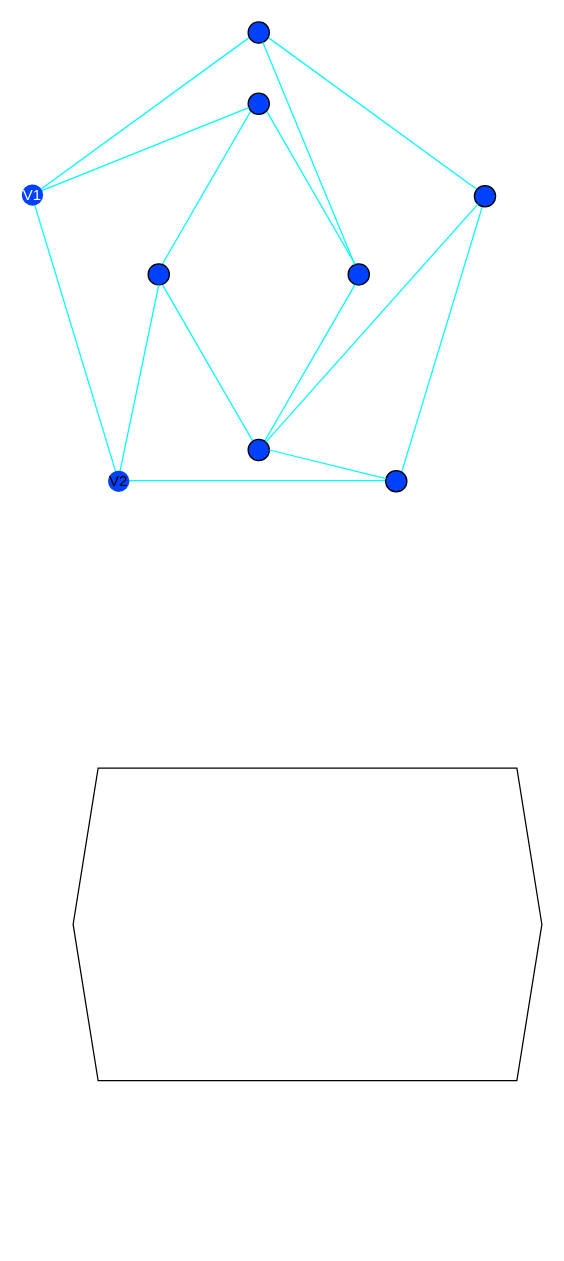
Above: Untitled Diagram.drawio in ilman79/TugasGraff (draw.io), before the change. Source tidied: cells renumbered, new cells numbered last; positions are measured from the earlier drawing's top-left corner, leaving out a move shared by most shapes. Both pictures are drawn from the tidied source at 125%, with x=0, y=0 at pixel (21, 21).
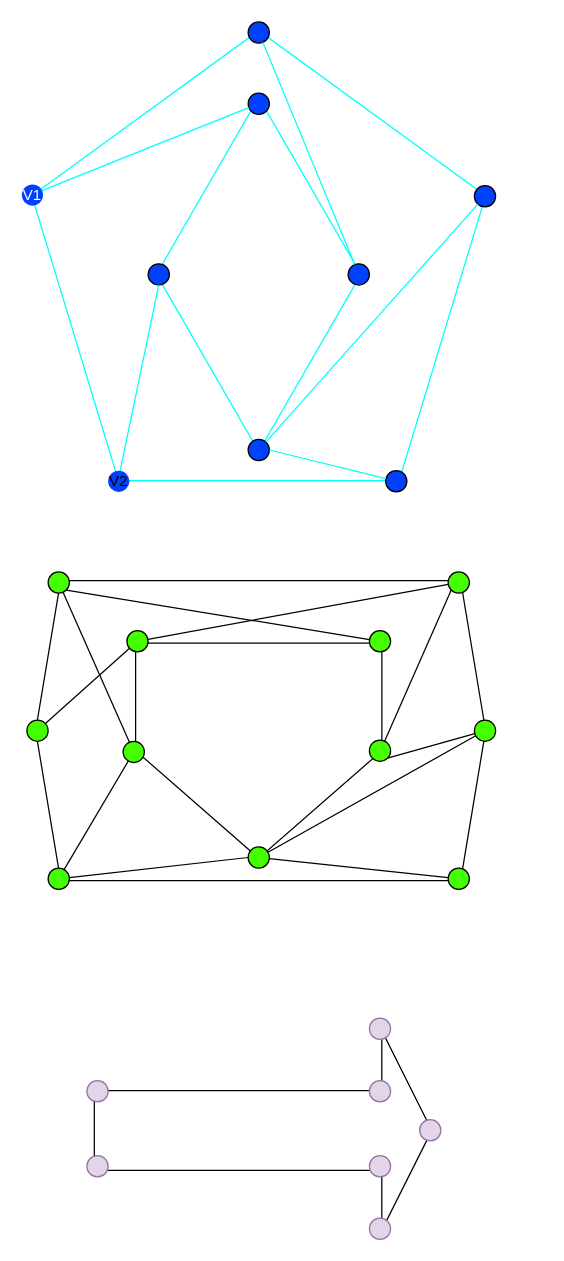
Above is the later version.

What changed in the source:
```diff
@@
     <mxCell id="3" style="shape=hexagon;perimeter=hexagonPerimeter2;whiteSpace=wrap;html=1;fixedSize=1;" parent="1" vertex="1">
-      <mxGeometry x="41" y="597" width="375" height="250" as="geometry" />
+      <mxGeometry x="11" y="447" width="360" height="240" as="geometry" />
     </mxCell>
@@
+    <mxCell id="19" style="verticalLabelPosition=bottom;verticalAlign=top;html=1;shape=offPageConnector;rounded=0;size=0.5;" parent="1" vertex="1">
+      <mxGeometry x="91" y="497" width="197" height="172.1" as="geometry" />
+    </mxCell>
+    <mxCell id="20" style="ellipse;whiteSpace=wrap;html=1;fillColor=#44ff00;" parent="1" vertex="1">
+      <mxGeometry x="21" y="440" width="17" height="17" as="geometry" />
+    </mxCell>
+    <mxCell id="21" style="ellipse;whiteSpace=wrap;html=1;fillColor=#44ff00;" parent="1" vertex="1">
+      <mxGeometry x="4" y="558.5" width="17" height="17" as="geometry" />
+    </mxCell>
+    <mxCell id="22" style="ellipse;whiteSpace=wrap;html=1;fillColor=#44ff00;" parent="1" vertex="1">
+      <mxGeometry x="21" y="677" width="17" height="17" as="geometry" />
+    </mxCell>
+    <mxCell id="23" style="ellipse;whiteSpace=wrap;html=1;fillColor=#44ff00;" parent="1" vertex="1">
+      <mxGeometry x="341" y="440" width="17" height="17" as="geometry" />
+    </mxCell>
+    <mxCell id="24" style="ellipse;whiteSpace=wrap;html=1;fillColor=#44ff00;" parent="1" vertex="1">
+      <mxGeometry x="341" y="677" width="17" height="17" as="geometry" />
+    </mxCell>
+    <mxCell id="25" style="ellipse;whiteSpace=wrap;html=1;fillColor=#44ff00;" parent="1" vertex="1">
+      <mxGeometry x="362" y="558.5" width="17" height="17" as="geometry" />
+    </mxCell>
+    <mxCell id="26" style="ellipse;whiteSpace=wrap;html=1;fillColor=#44ff00;" parent="1" vertex="1">
+      <mxGeometry x="84" y="487" width="17" height="17" as="geometry" />
+    </mxCell>
+    <mxCell id="27" style="ellipse;whiteSpace=wrap;html=1;fillColor=#44ff00;" parent="1" vertex="1">
+      <mxGeometry x="81" y="575.5" width="17" height="17" as="geometry" />
+    </mxCell>
+    <mxCell id="28" style="ellipse;whiteSpace=wrap;html=1;fillColor=#44ff00;" parent="1" vertex="1">
+      <mxGeometry x="181" y="660" width="17" height="17" as="geometry" />
+    </mxCell>
+    <mxCell id="29" style="ellipse;whiteSpace=wrap;html=1;fillColor=#44ff00;" parent="1" vertex="1">
+      <mxGeometry x="278" y="487" width="17" height="17" as="geometry" />
+    </mxCell>
+    <mxCell id="30" style="ellipse;whiteSpace=wrap;html=1;fillColor=#44ff00;" parent="1" vertex="1">
+      <mxGeometry x="278" y="574.5" width="17" height="17" as="geometry" />
+    </mxCell>
+    <mxCell id="31" style="endArrow=none;html=1;rounded=0;" parent="1" edge="1" source="20" target="27">
+      <mxGeometry relative="1" as="geometry" />
+    </mxCell>
+    <mxCell id="32" style="endArrow=none;html=1;rounded=0;" parent="1" edge="1" source="21" target="26">
+      <mxGeometry relative="1" as="geometry" />
+    </mxCell>
+    <mxCell id="33" style="endArrow=none;html=1;rounded=0;entryX=0;entryY=0.5;entryDx=0;entryDy=0;" parent="1" edge="1" source="22" target="28">
+      <mxGeometry relative="1" as="geometry" />
+    </mxCell>
+    <mxCell id="34" style="endArrow=none;html=1;rounded=0;" parent="1" edge="1" source="22" target="27">
+      <mxGeometry relative="1" as="geometry" />
+    </mxCell>
+    <mxCell id="35" style="endArrow=none;html=1;rounded=0;" parent="1" edge="1" source="28" target="24">
+      <mxGeometry relative="1" as="geometry" />
+    </mxCell>
+    <mxCell id="36" style="endArrow=none;html=1;rounded=0;" parent="1" edge="1" source="28" target="25">
+      <mxGeometry relative="1" as="geometry" />
+    </mxCell>
+    <mxCell id="37" style="endArrow=none;html=1;rounded=0;entryX=0;entryY=1;entryDx=0;entryDy=0;exitX=0.712;exitY=0.074;exitDx=0;exitDy=0;exitPerimeter=0;" parent="1" edge="1" source="30" target="23">
+      <mxGeometry relative="1" as="geometry" />
+    </mxCell>
+    <mxCell id="38" style="endArrow=none;html=1;rounded=0;exitX=1;exitY=1;exitDx=0;exitDy=0;" parent="1" edge="1" source="30" target="25">
+      <mxGeometry relative="1" as="geometry" />
+    </mxCell>
+    <mxCell id="39" style="endArrow=none;html=1;rounded=0;" parent="1" edge="1" source="26" target="23">
+      <mxGeometry relative="1" as="geometry" />
+    </mxCell>
+    <mxCell id="40" style="endArrow=none;html=1;rounded=0;exitX=1;exitY=1;exitDx=0;exitDy=0;" parent="1" edge="1" source="20" target="29">
+      <mxGeometry relative="1" as="geometry" />
+    </mxCell>
+    <mxCell id="41" style="html=1;shadow=0;dashed=0;align=center;verticalAlign=middle;shape=mxgraph.arrows2.arrow;dy=0.6;dx=40;direction=north;notch=0;rotation=90;" parent="1" vertex="1">
+      <mxGeometry x="113.2" y="751.8" width="159.5" height="270" as="geometry" />
+    </mxCell>
+    <mxCell id="42" style="ellipse;whiteSpace=wrap;html=1;fillColor=#e1d5e7;strokeColor=#9673a6;" parent="1" vertex="1">
+      <mxGeometry x="52" y="847" width="17" height="17" as="geometry" />
+    </mxCell>
+    <mxCell id="43" style="ellipse;whiteSpace=wrap;html=1;fillColor=#e1d5e7;strokeColor=#9673a6;" parent="1" vertex="1">
+      <mxGeometry x="278" y="957" width="17" height="17" as="geometry" />
+    </mxCell>
+    <mxCell id="44" style="ellipse;whiteSpace=wrap;html=1;fillColor=#e1d5e7;strokeColor=#9673a6;" parent="1" vertex="1">
+      <mxGeometry x="318.2" y="878.2" width="17" height="17" as="geometry" />
+    </mxCell>
+    <mxCell id="45" style="ellipse;whiteSpace=wrap;html=1;fillColor=#e1d5e7;strokeColor=#9673a6;" parent="1" vertex="1">
+      <mxGeometry x="278" y="907" width="17" height="17" as="geometry" />
+    </mxCell>
+    <mxCell id="46" style="ellipse;whiteSpace=wrap;html=1;fillColor=#e1d5e7;strokeColor=#9673a6;" parent="1" vertex="1">
+      <mxGeometry x="52" y="907" width="17" height="17" as="geometry" />
+    </mxCell>
+    <mxCell id="47" style="ellipse;whiteSpace=wrap;html=1;fillColor=#e1d5e7;strokeColor=#9673a6;" parent="1" vertex="1">
+      <mxGeometry x="278" y="847" width="17" height="17" as="geometry" />
+    </mxCell>
+    <mxCell id="48" style="ellipse;whiteSpace=wrap;html=1;fillColor=#e1d5e7;strokeColor=#9673a6;" parent="1" vertex="1">
+      <mxGeometry x="278" y="797" width="17" height="17" as="geometry" />
+    </mxCell>
```
